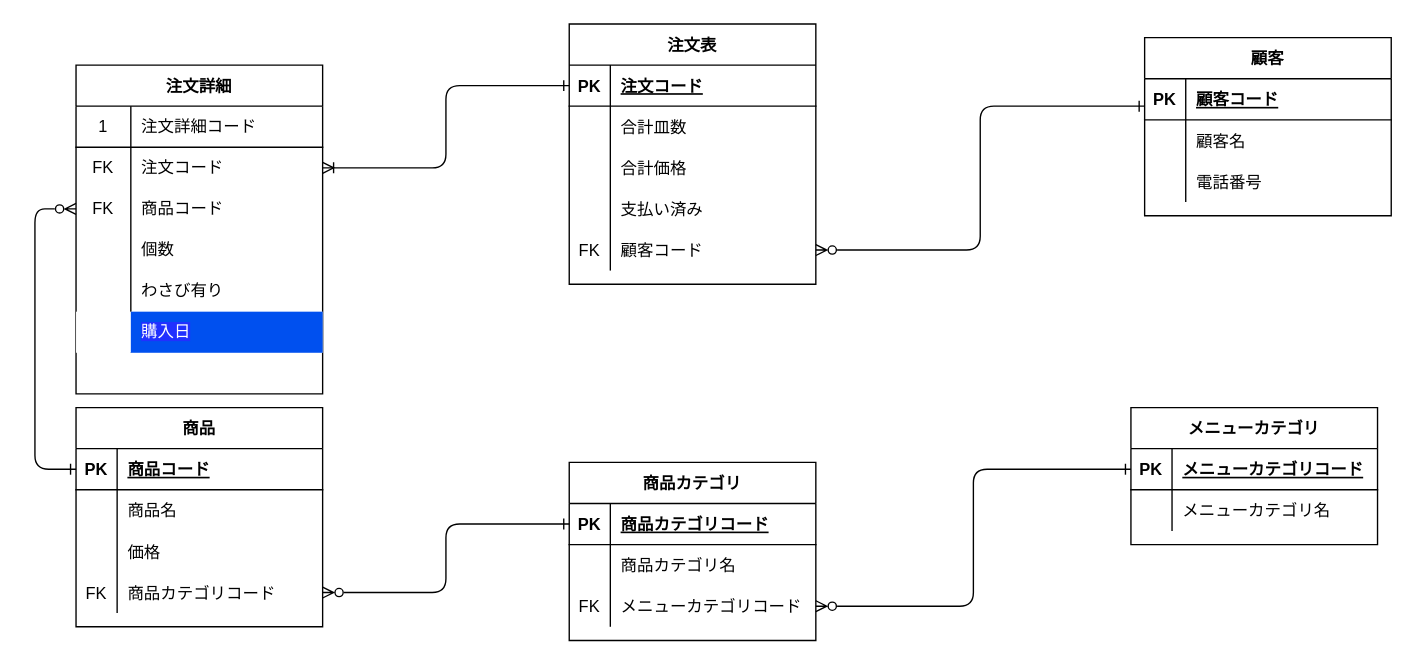
Above: データベース設計/DBモデリング１/課題2/課題2_すしネタ売れ行き.drawio in Yuji5117/praha_challenge (draw.io), before the change. Source tidied: cells renumbered, new cells numbered last; positions are measured from the earlier drawing's top-left corner, leaving out a move shared by most shapes. Both pictures are drawn from the tidied source at 137%, with x=0, y=0 at pixel (34, 23).
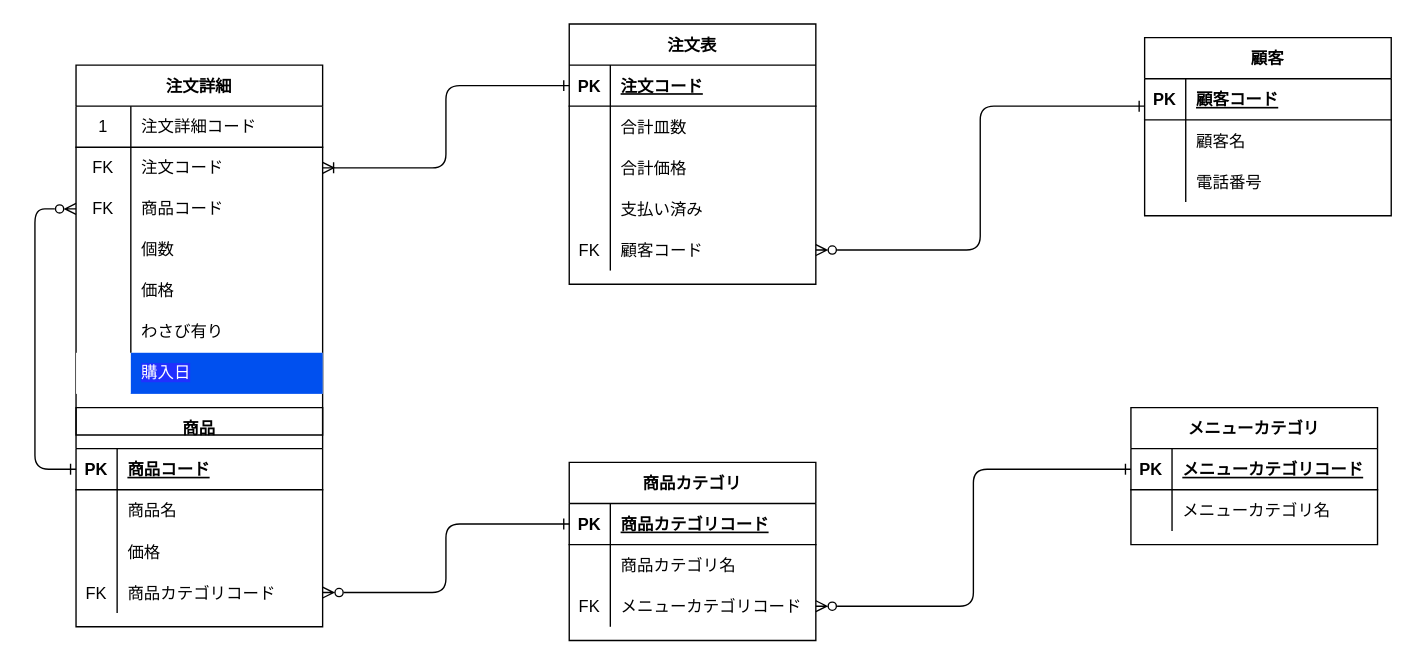
The same diagram, later.

What changed in the source:
```diff
@@
     <mxCell id="61" value="注文詳細" style="shape=table;startSize=30;childLayout=tableLayout;rowLines=0;fontStyle=1;align=center;" parent="1" vertex="1">
-      <mxGeometry x="30" y="30" width="180" height="240" as="geometry" />
+      <mxGeometry x="30" y="30" width="180" height="270" as="geometry" />
     </mxCell>
@@
+    <mxCell id="82" style="shape=partialRectangle;html=1;whiteSpace=wrap;fillColor=none;top=0;left=0;bottom=0;right=0;" parent="61" vertex="1">
+      <mxGeometry y="150" width="180" height="30" as="geometry" />
+    </mxCell>
+    <mxCell id="83" style="shape=partialRectangle;html=1;whiteSpace=wrap;fillColor=none;top=0;left=0;bottom=0;right=0;overflow=hidden;" parent="82" vertex="1">
+      <mxGeometry width="40" height="30" as="geometry" />
+    </mxCell>
+    <mxCell id="84" value="&lt;span&gt;価格&lt;/span&gt;" style="shape=partialRectangle;html=1;whiteSpace=wrap;fillColor=none;top=0;left=0;bottom=0;right=0;align=left;spacingLeft=6;overflow=hidden;" parent="82" vertex="1">
+      <mxGeometry x="40" width="140" height="30" as="geometry" />
+    </mxCell>
     <mxCell id="74" style="shape=partialRectangle;html=1;whiteSpace=wrap;fillColor=none;top=0;left=0;bottom=0;right=0;" parent="61" vertex="1">
-      <mxGeometry y="150" width="180" height="30" as="geometry" />
+      <mxGeometry y="180" width="180" height="30" as="geometry" />
     </mxCell>
@@
     <mxCell id="77" style="shape=partialRectangle;html=1;whiteSpace=wrap;top=0;left=0;bottom=0;right=0;" parent="61" vertex="1">
-      <mxGeometry y="180" width="180" height="30" as="geometry" />
+      <mxGeometry y="210" width="180" height="30" as="geometry" />
     </mxCell>
```
